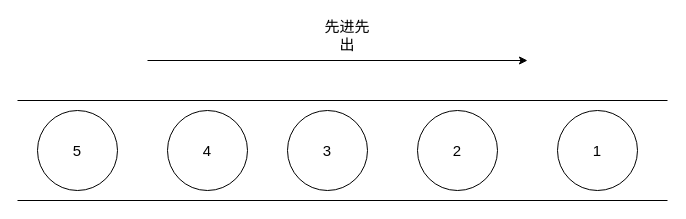
Above: 队列.drawio in ChengziMao/picture (draw.io), before the change. Source tidied: cells renumbered, new cells numbered last; positions are measured from the earlier drawing's top-left corner, leaving out a move shared by most shapes. Both pictures are drawn from the tidied source at 100%, with x=0, y=0 at pixel (17, 20).
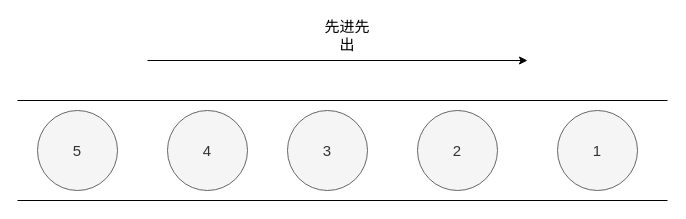
After the change.

The edit, as a diff of the source:
```diff
@@
 <mxGraphModel>
   <root>
     <mxCell id="0" />
     <mxCell id="1" parent="0" />
     <mxCell id="2" style="endArrow=none;html=1;rounded=0;fontSize=15;" parent="1" edge="1">
       <mxGeometry relative="1" as="geometry">
         <mxPoint y="80" as="sourcePoint" />
         <mxPoint x="650" y="80" as="targetPoint" />
       </mxGeometry>
     </mxCell>
     <mxCell id="3" style="endArrow=none;html=1;rounded=0;fontSize=15;" parent="1" edge="1">
       <mxGeometry relative="1" as="geometry">
         <mxPoint y="180" as="sourcePoint" />
         <mxPoint x="650" y="180" as="targetPoint" />
       </mxGeometry>
     </mxCell>
-    <mxCell id="4" value="5" style="ellipse;whiteSpace=wrap;html=1;fontSize=15;" parent="1" vertex="1">
+    <mxCell id="4" value="5" style="ellipse;whiteSpace=wrap;html=1;fontSize=15;fillColor=#f5f5f5;fontColor=#333333;strokeColor=#666666;" parent="1" vertex="1">
       <mxGeometry x="20" y="90" width="80" height="80" as="geometry" />
     </mxCell>
-    <mxCell id="5" value="4" style="ellipse;whiteSpace=wrap;html=1;fontSize=15;" parent="1" vertex="1">
+    <mxCell id="5" value="4" style="ellipse;whiteSpace=wrap;html=1;fontSize=15;fillColor=#f5f5f5;fontColor=#333333;strokeColor=#666666;" parent="1" vertex="1">
       <mxGeometry x="150" y="90" width="80" height="80" as="geometry" />
     </mxCell>
-    <mxCell id="6" value="3" style="ellipse;whiteSpace=wrap;html=1;fontSize=15;" parent="1" vertex="1">
+    <mxCell id="6" value="3" style="ellipse;whiteSpace=wrap;html=1;fontSize=15;fillColor=#f5f5f5;fontColor=#333333;strokeColor=#666666;" parent="1" vertex="1">
       <mxGeometry x="270" y="90" width="80" height="80" as="geometry" />
     </mxCell>
-    <mxCell id="7" value="2" style="ellipse;whiteSpace=wrap;html=1;fontSize=15;" parent="1" vertex="1">
+    <mxCell id="7" value="2" style="ellipse;whiteSpace=wrap;html=1;fontSize=15;fillColor=#f5f5f5;fontColor=#333333;strokeColor=#666666;" parent="1" vertex="1">
       <mxGeometry x="400" y="90" width="80" height="80" as="geometry" />
     </mxCell>
-    <mxCell id="8" value="1" style="ellipse;whiteSpace=wrap;html=1;fontSize=15;" parent="1" vertex="1">
+    <mxCell id="8" value="1" style="ellipse;whiteSpace=wrap;html=1;fontSize=15;fillColor=#f5f5f5;fontColor=#333333;strokeColor=#666666;" parent="1" vertex="1">
       <mxGeometry x="540" y="90" width="80" height="80" as="geometry" />
     </mxCell>
     <mxCell id="9" style="endArrow=classic;html=1;rounded=0;fontSize=15;" parent="1" edge="1">
       <mxGeometry relative="1" as="geometry">
         <mxPoint x="130" y="40" as="sourcePoint" />
         <mxPoint x="510" y="40" as="targetPoint" />
       </mxGeometry>
     </mxCell>
     <mxCell id="10" value="先进先出" style="text;html=1;whiteSpace=wrap;strokeColor=none;fillColor=none;align=center;verticalAlign=middle;rounded=0;fontSize=15;" parent="1" vertex="1">
       <mxGeometry x="300" width="60" height="30" as="geometry" />
     </mxCell>
   </root>
 </mxGraphModel>
```
